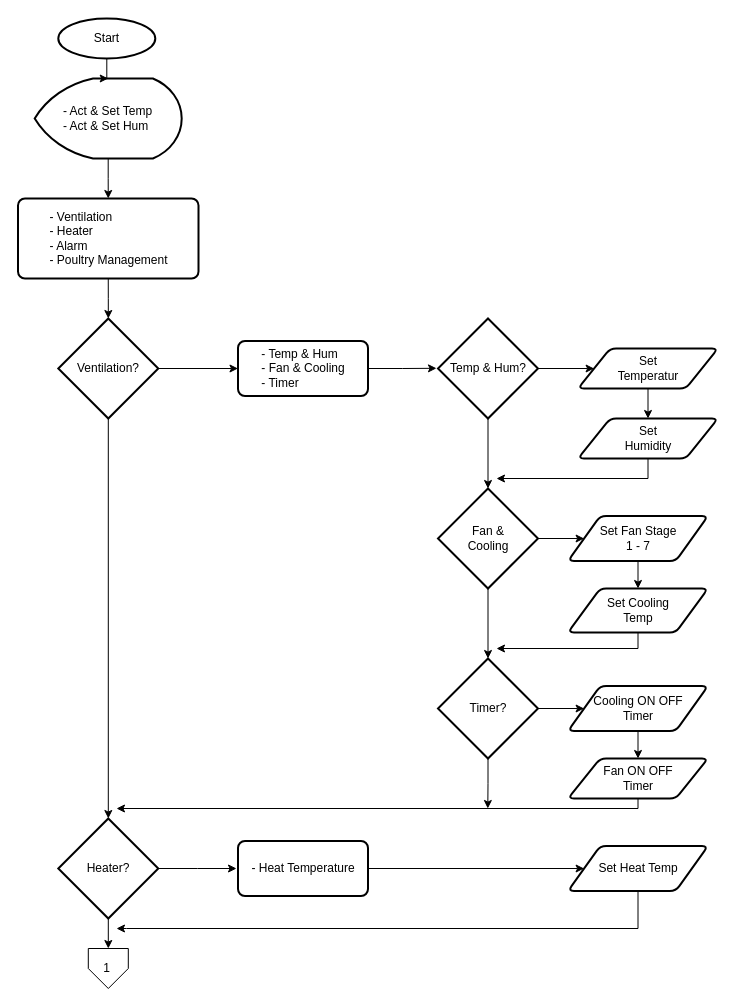
aufarachman39/Flowchart-PA keeps this draw.io diagram as page "Setting" (1 of 3) of Embedded Climate Control.drawio. Above is the earlier version. Source tidied: cells renumbered, new cells numbered last; positions are measured from the earlier drawing's top-left corner, leaving out a move shared by most shapes. Both pictures are drawn from the tidied source at 100%, with x=0, y=0 at pixel (18, 18).
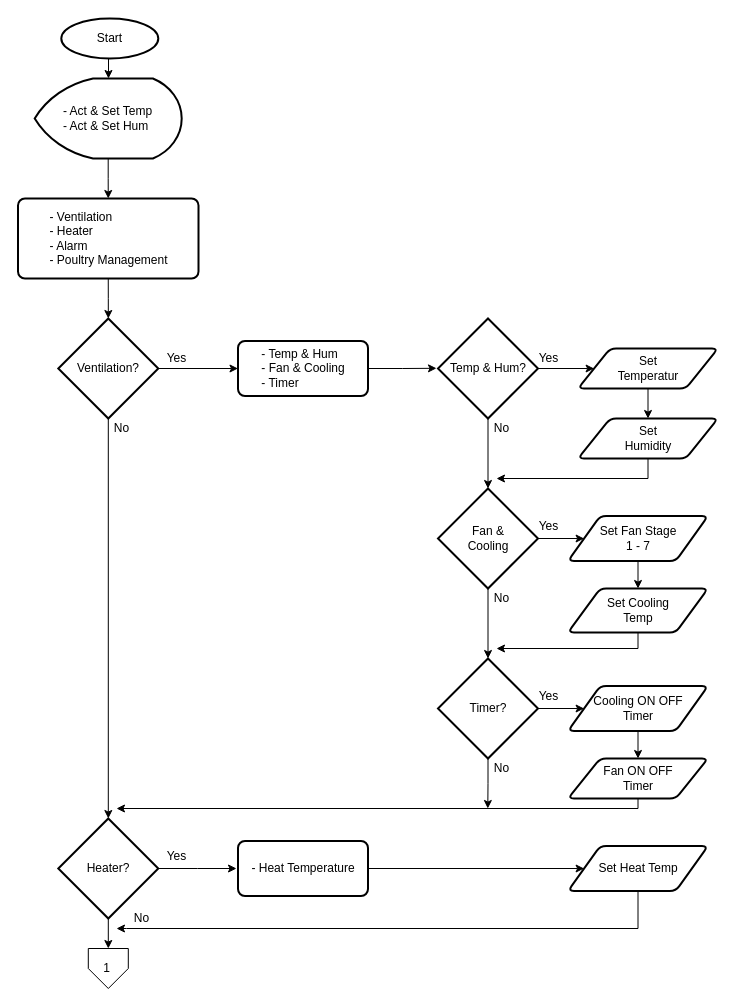
Above is the later version.

Unchanged cells that the change refers to:
```xml
<mxCell id="3" value="&lt;div align=&quot;left&quot;&gt;- Act &amp;amp; Set Temp&lt;/div&gt;&lt;div align=&quot;left&quot;&gt;- Act &amp;amp; Set Hum&lt;/div&gt;" style="strokeWidth=2;html=1;shape=mxgraph.flowchart.display;whiteSpace=wrap;" parent="1" vertex="1">
  <mxGeometry x="16.2" y="60" width="147" height="80" as="geometry" />
</mxCell>
```

Change to the diagram source:
```diff
@@
     <mxCell id="6" style="edgeStyle=orthogonalEdgeStyle;rounded=0;jettySize=auto;html=1;exitX=0.5;exitY=1;exitDx=0;exitDy=0;exitPerimeter=0;" parent="1" edge="1" source="7" target="3">
-      <mxGeometry relative="1" as="geometry" />
+      <mxGeometry relative="1" as="geometry">
+        <Array as="points">
+          <mxPoint x="90" y="40" />
+        </Array>
+      </mxGeometry>
     </mxCell>
     <mxCell id="7" value="Start" style="strokeWidth=2;html=1;shape=mxgraph.flowchart.start_1;whiteSpace=wrap;" parent="1" vertex="1">
-      <mxGeometry x="39.8" width="97" height="40" as="geometry" />
+      <mxGeometry x="42.8" width="97" height="40" as="geometry" />
     </mxCell>
@@
+    <mxCell id="43" value="Yes" style="text;html=1;align=center;verticalAlign=middle;" parent="1" vertex="1">
+      <mxGeometry x="138" y="330" width="40" height="20" as="geometry" />
+    </mxCell>
+    <mxCell id="44" value="Yes" style="text;html=1;align=center;verticalAlign=middle;" parent="1" vertex="1">
+      <mxGeometry x="509.5" y="330" width="40" height="20" as="geometry" />
+    </mxCell>
+    <mxCell id="45" value="Yes" style="text;html=1;align=center;verticalAlign=middle;" parent="1" vertex="1">
+      <mxGeometry x="509.5" y="497.5" width="40" height="20" as="geometry" />
+    </mxCell>
+    <mxCell id="46" value="Yes" style="text;html=1;align=center;verticalAlign=middle;" parent="1" vertex="1">
+      <mxGeometry x="509.5" y="667.5" width="40" height="20" as="geometry" />
+    </mxCell>
+    <mxCell id="47" value="Yes" style="text;html=1;align=center;verticalAlign=middle;" parent="1" vertex="1">
+      <mxGeometry x="138" y="827.5" width="40" height="20" as="geometry" />
+    </mxCell>
+    <mxCell id="48" value="No" style="text;html=1;align=center;verticalAlign=middle;" parent="1" vertex="1">
+      <mxGeometry x="88" y="400" width="30" height="20" as="geometry" />
+    </mxCell>
+    <mxCell id="49" value="No" style="text;html=1;align=center;verticalAlign=middle;" parent="1" vertex="1">
+      <mxGeometry x="468" y="400" width="30" height="20" as="geometry" />
+    </mxCell>
+    <mxCell id="50" value="No" style="text;html=1;align=center;verticalAlign=middle;" parent="1" vertex="1">
+      <mxGeometry x="468" y="570" width="30" height="20" as="geometry" />
+    </mxCell>
+    <mxCell id="51" value="No" style="text;html=1;align=center;verticalAlign=middle;" parent="1" vertex="1">
+      <mxGeometry x="468" y="740" width="30" height="20" as="geometry" />
+    </mxCell>
+    <mxCell id="52" value="No" style="text;html=1;align=center;verticalAlign=middle;" parent="1" vertex="1">
+      <mxGeometry x="108" y="890" width="30" height="20" as="geometry" />
+    </mxCell>
```
